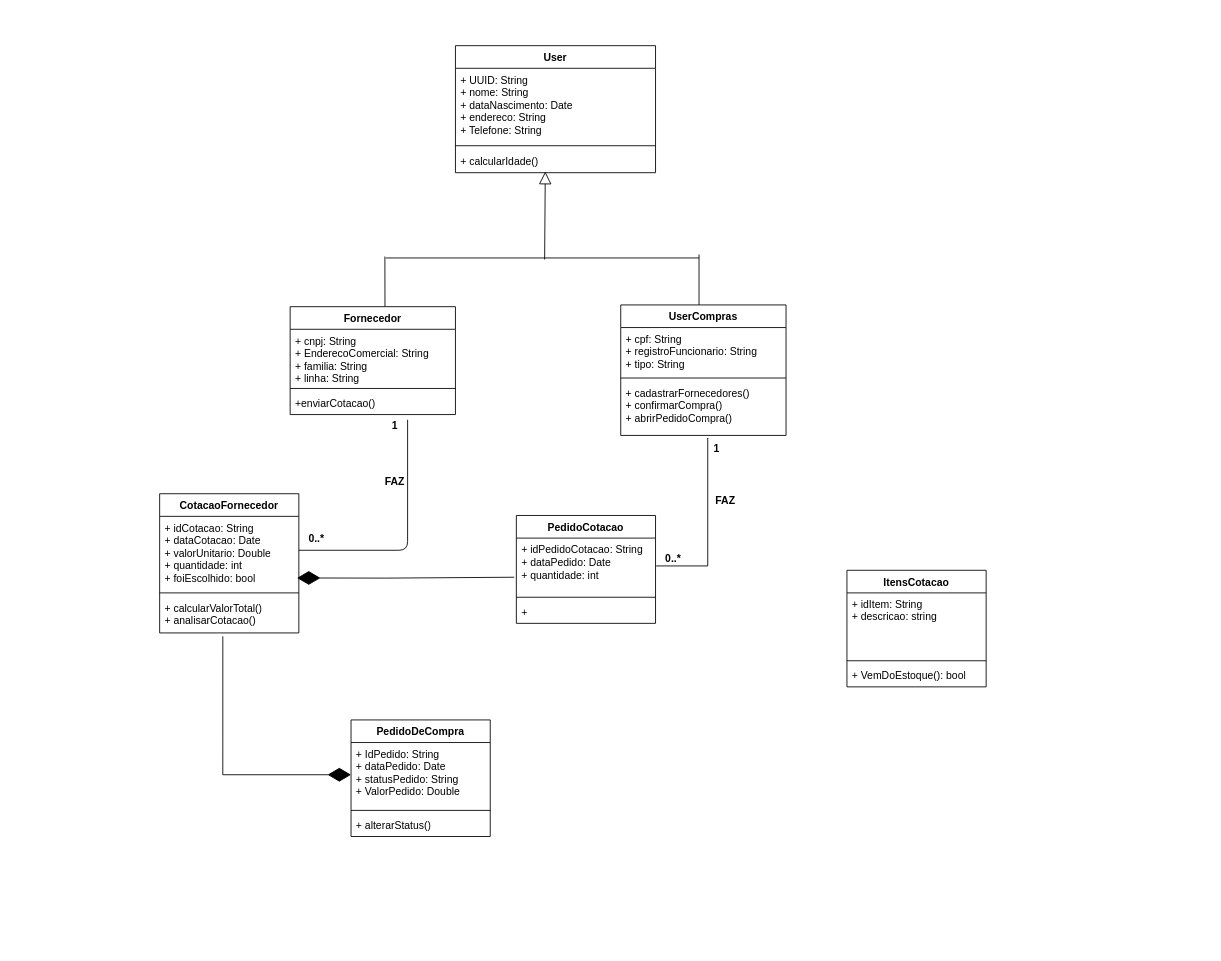
Before: Fatec/3 Semestre/DiagramaClasse.drawio in Dutrak/Diagrams, a draw.io diagram. Source tidied: cells renumbered, new cells numbered last; positions are measured from the earlier drawing's top-left corner, leaving out a move shared by most shapes. Both pictures are drawn from the tidied source at 87%, with x=0, y=0 at pixel (159, 45).
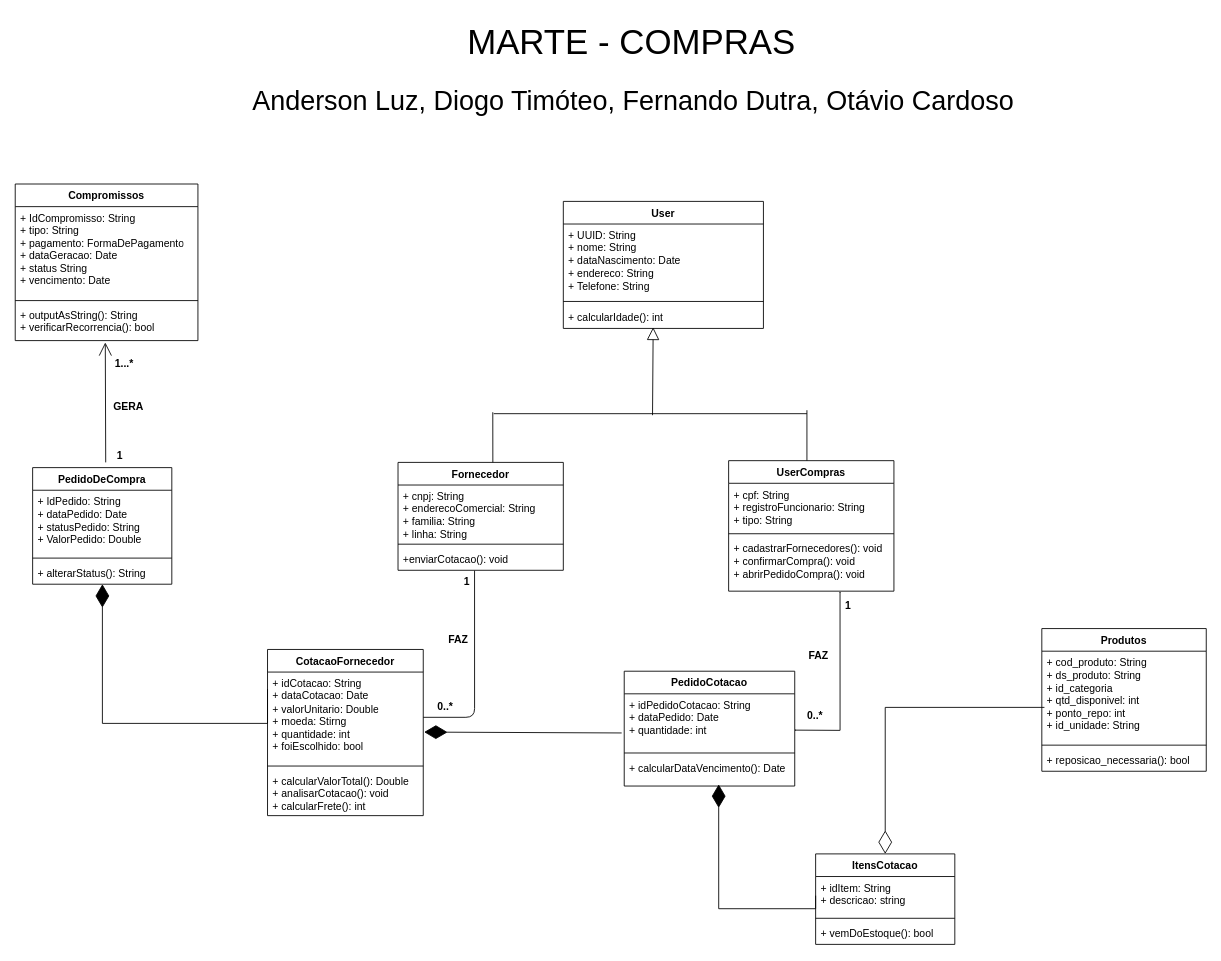
Above is the later version.

The change refers to these unchanged cells:
```xml
<mxCell id="19" value="+ IdPedido: String&lt;br&gt;+ dataPedido: Date&lt;br&gt;+ statusPedido: String&lt;br&gt;+ ValorPedido: Double" style="text;strokeColor=none;fillColor=none;align=left;verticalAlign=top;spacingLeft=4;spacingRight=4;overflow=hidden;points=[[0,0.5],[1,0.5]];portConstraint=eastwest;whiteSpace=wrap;html=1;" parent="18" vertex="1">
  <mxGeometry y="26" width="160" height="74" as="geometry" />
</mxCell>
```

The edit, as a diff of the source:
```diff
@@
     <mxCell id="2" value="User" style="swimlane;fontStyle=1;align=center;verticalAlign=top;horizontal=1;startSize=26;whiteSpace=wrap;html=1;swimlaneLine=1;fillColor=default;swimlaneFillColor=default;" parent="1" vertex="1">
-      <mxGeometry x="340" width="230" height="146" as="geometry" />
+      <mxGeometry x="464" y="179" width="230" height="146" as="geometry" />
     </mxCell>
@@
-    <mxCell id="5" value="+ calcularIdade()" style="text;strokeColor=none;fillColor=none;align=left;verticalAlign=top;spacingLeft=4;spacingRight=4;overflow=hidden;points=[[0,0.5],[1,0.5]];portConstraint=eastwest;whiteSpace=wrap;html=1;" parent="2" vertex="1">
+    <mxCell id="5" value="+ calcularIdade(): int" style="text;strokeColor=none;fillColor=none;align=left;verticalAlign=top;spacingLeft=4;spacingRight=4;overflow=hidden;points=[[0,0.5],[1,0.5]];portConstraint=eastwest;whiteSpace=wrap;html=1;" parent="2" vertex="1">
       <mxGeometry y="120" width="230" height="26" as="geometry" />
     </mxCell>
     <mxCell id="6" value="UserCompras" style="swimlane;fontStyle=1;align=center;verticalAlign=top;horizontal=1;startSize=26;whiteSpace=wrap;html=1;fillColor=default;swimlaneFillColor=default;" parent="1" vertex="1">
-      <mxGeometry x="530" y="298" width="190" height="150" as="geometry" />
+      <mxGeometry x="654" y="477" width="190" height="150" as="geometry" />
     </mxCell>
@@
-    <mxCell id="9" value="+ cadastrarFornecedores()&lt;br&gt;+ confirmarCompra()&lt;br&gt;+ abrirPedidoCompra()" style="text;strokeColor=none;fillColor=none;align=left;verticalAlign=top;spacingLeft=4;spacingRight=4;overflow=hidden;points=[[0,0.5],[1,0.5]];portConstraint=eastwest;whiteSpace=wrap;html=1;" parent="6" vertex="1">
+    <mxCell id="9" value="+ cadastrarFornecedores(): void&lt;br&gt;+ confirmarCompra(): void&lt;br&gt;+ abrirPedidoCompra(): void" style="text;strokeColor=none;fillColor=none;align=left;verticalAlign=top;spacingLeft=4;spacingRight=4;overflow=hidden;points=[[0,0.5],[1,0.5]];portConstraint=eastwest;whiteSpace=wrap;html=1;" parent="6" vertex="1">
       <mxGeometry y="88" width="190" height="62" as="geometry" />
     </mxCell>
     <mxCell id="10" value="Fornecedor" style="swimlane;fontStyle=1;align=center;verticalAlign=top;horizontal=1;startSize=26;whiteSpace=wrap;html=1;swimlaneFillColor=default;gradientColor=none;" parent="1" vertex="1">
-      <mxGeometry x="150" y="300" width="190" height="124" as="geometry" />
+      <mxGeometry x="274" y="479" width="190" height="124" as="geometry" />
     </mxCell>
-    <mxCell id="11" value="+ cnpj: String&lt;br&gt;+ EnderecoComercial: String&lt;br&gt;+ familia: String&lt;br&gt;+ linha: String" style="text;strokeColor=none;fillColor=none;align=left;verticalAlign=top;spacingLeft=4;spacingRight=4;overflow=hidden;whiteSpace=wrap;html=1;" parent="10" vertex="1">
+    <mxCell id="11" value="+ cnpj: String&lt;br&gt;+ enderecoComercial: String&lt;br&gt;+ familia: String&lt;br&gt;+ linha: String" style="text;strokeColor=none;fillColor=none;align=left;verticalAlign=top;spacingLeft=4;spacingRight=4;overflow=hidden;whiteSpace=wrap;html=1;" parent="10" vertex="1">
       <mxGeometry y="26" width="190" height="64" as="geometry" />
     </mxCell>
@@
-    <mxCell id="13" value="+enviarCotacao()" style="text;strokeColor=none;fillColor=none;align=left;verticalAlign=top;spacingLeft=4;spacingRight=4;overflow=hidden;points=[[0,0.5],[1,0.5]];portConstraint=eastwest;whiteSpace=wrap;html=1;" parent="10" vertex="1">
+    <mxCell id="13" value="+enviarCotacao(): void" style="text;strokeColor=none;fillColor=none;align=left;verticalAlign=top;spacingLeft=4;spacingRight=4;overflow=hidden;points=[[0,0.5],[1,0.5]];portConstraint=eastwest;whiteSpace=wrap;html=1;" parent="10" vertex="1">
       <mxGeometry y="98" width="190" height="26" as="geometry" />
     </mxCell>
     <mxCell id="14" style="line;strokeWidth=1;fillColor=none;align=left;verticalAlign=middle;spacingTop=-1;spacingLeft=3;spacingRight=3;labelPosition=right;points=[];portConstraint=eastwest;strokeColor=inherit;" parent="1" vertex="1">
-      <mxGeometry x="260" y="240" width="360" height="8" as="geometry" />
+      <mxGeometry x="384" y="419" width="360" height="8" as="geometry" />
     </mxCell>
     <mxCell id="15" style="endArrow=none;html=1;rounded=0;entryX=-0.003;entryY=0.292;entryDx=0;entryDy=0;entryPerimeter=0;" parent="1" edge="1" target="14">
       <mxGeometry relative="1" as="geometry">
-        <mxPoint x="259" y="300" as="sourcePoint" />
+        <mxPoint x="383" y="479" as="sourcePoint" />
       </mxGeometry>
     </mxCell>
     <mxCell id="16" style="endArrow=none;html=1;rounded=0;" parent="1" edge="1">
       <mxGeometry relative="1" as="geometry">
-        <mxPoint x="620" y="298" as="sourcePoint" />
-        <mxPoint x="620" y="240" as="targetPoint" />
+        <mxPoint x="744" y="477" as="sourcePoint" />
+        <mxPoint x="744" y="419" as="targetPoint" />
       </mxGeometry>
     </mxCell>
@@
     <mxCell id="18" value="PedidoDeCompra" style="swimlane;fontStyle=1;align=center;verticalAlign=top;horizontal=1;startSize=26;whiteSpace=wrap;html=1;" parent="1" vertex="1">
-      <mxGeometry x="220" y="775" width="160" height="134" as="geometry" />
+      <mxGeometry x="-146" y="485" width="160" height="134" as="geometry" />
     </mxCell>
@@
-    <mxCell id="21" value="+ alterarStatus()" style="text;strokeColor=none;fillColor=none;align=left;verticalAlign=top;spacingLeft=4;spacingRight=4;overflow=hidden;whiteSpace=wrap;html=1;" parent="18" vertex="1">
+    <mxCell id="21" value="+ alterarStatus(): String" style="text;strokeColor=none;fillColor=none;align=left;verticalAlign=top;spacingLeft=4;spacingRight=4;overflow=hidden;whiteSpace=wrap;html=1;" parent="18" vertex="1">
       <mxGeometry y="108" width="160" height="26" as="geometry" />
     </mxCell>
     <mxCell id="22" value="CotacaoFornecedor" style="swimlane;fontStyle=1;align=center;verticalAlign=top;horizontal=1;startSize=26;whiteSpace=wrap;html=1;" parent="1" vertex="1">
-      <mxGeometry y="515" width="160" height="160" as="geometry" />
+      <mxGeometry x="124" y="694" width="179" height="191" as="geometry" />
     </mxCell>
-    <mxCell id="23" value="+ idCotacao: String&lt;br&gt;+ dataCotacao: Date&lt;br&gt;+ valorUnitario: Double&lt;br&gt;+ quantidade: int&lt;br&gt;+ foiEscolhido: bool" style="text;strokeColor=none;fillColor=none;align=left;verticalAlign=top;spacingLeft=4;spacingRight=4;overflow=hidden;points=[[0,0.5],[1,0.5]];portConstraint=eastwest;whiteSpace=wrap;html=1;" parent="22" vertex="1">
-      <mxGeometry y="26" width="160" height="84" as="geometry" />
+    <mxCell id="23" value="+ idCotacao: String&lt;br&gt;+ dataCotacao: Date&lt;br&gt;+ valorUnitario: Double&lt;br&gt;+ moeda: Stirng&lt;br&gt;+ quantidade: int&lt;br&gt;+ foiEscolhido: bool" style="text;strokeColor=none;fillColor=none;align=left;verticalAlign=top;spacingLeft=4;spacingRight=4;overflow=hidden;points=[[0,0.5],[1,0.5]];portConstraint=eastwest;whiteSpace=wrap;html=1;" parent="22" vertex="1">
+      <mxGeometry y="26" width="179" height="104" as="geometry" />
     </mxCell>
     <mxCell id="24" style="line;strokeWidth=1;fillColor=none;align=left;verticalAlign=middle;spacingTop=-1;spacingLeft=3;spacingRight=3;labelPosition=right;strokeColor=inherit;" parent="22" vertex="1">
-      <mxGeometry y="110" width="160" height="8" as="geometry" />
+      <mxGeometry y="130" width="179" height="8" as="geometry" />
     </mxCell>
-    <mxCell id="25" value="+ calcularValorTotal()&lt;br&gt;+ analisarCotacao()" style="text;strokeColor=none;fillColor=none;align=left;verticalAlign=top;spacingLeft=4;spacingRight=4;overflow=hidden;points=[[0,0.5],[1,0.5]];portConstraint=eastwest;whiteSpace=wrap;html=1;" parent="22" vertex="1">
-      <mxGeometry y="118" width="160" height="42" as="geometry" />
+    <mxCell id="25" value="+ calcularValorTotal(): Double&lt;br&gt;+ analisarCotacao(): void&lt;br&gt;+ calcularFrete(): int" style="text;strokeColor=none;fillColor=none;align=left;verticalAlign=top;spacingLeft=4;spacingRight=4;overflow=hidden;points=[[0,0.5],[1,0.5]];portConstraint=eastwest;whiteSpace=wrap;html=1;" parent="22" vertex="1">
+      <mxGeometry y="138" width="179" height="53" as="geometry" />
     </mxCell>
     <mxCell id="26" value="PedidoCotacao" style="swimlane;fontStyle=1;align=center;verticalAlign=top;horizontal=1;startSize=26;whiteSpace=wrap;html=1;" parent="1" vertex="1">
-      <mxGeometry x="410" y="540" width="160" height="124" as="geometry" />
+      <mxGeometry x="534" y="719" width="196" height="132" as="geometry" />
     </mxCell>
     <mxCell id="27" value="+ idPedidoCotacao: String&lt;br&gt;+ dataPedido: Date&lt;br&gt;+ quantidade: int" style="text;strokeColor=none;fillColor=none;align=left;verticalAlign=top;spacingLeft=4;spacingRight=4;overflow=hidden;points=[[0,0.5],[1,0.5]];portConstraint=eastwest;whiteSpace=wrap;html=1;" parent="26" vertex="1">
-      <mxGeometry y="26" width="160" height="64" as="geometry" />
+      <mxGeometry y="26" width="196" height="64" as="geometry" />
     </mxCell>
     <mxCell id="28" style="line;strokeWidth=1;fillColor=none;align=left;verticalAlign=middle;spacingTop=-1;spacingLeft=3;spacingRight=3;labelPosition=right;strokeColor=inherit;" parent="26" vertex="1">
-      <mxGeometry y="90" width="160" height="8" as="geometry" />
+      <mxGeometry y="90" width="196" height="8" as="geometry" />
     </mxCell>
-    <mxCell id="29" value="+&amp;nbsp;" style="text;strokeColor=none;fillColor=none;align=left;verticalAlign=top;spacingLeft=4;spacingRight=4;overflow=hidden;points=[[0,0.5],[1,0.5]];portConstraint=eastwest;whiteSpace=wrap;html=1;" parent="26" vertex="1">
-      <mxGeometry y="98" width="160" height="26" as="geometry" />
+    <mxCell id="29" value="+ calcularDataVencimento(): Date" style="text;strokeColor=none;fillColor=none;align=left;verticalAlign=top;spacingLeft=4;spacingRight=4;overflow=hidden;points=[[0,0.5],[1,0.5]];portConstraint=eastwest;whiteSpace=wrap;html=1;" parent="26" vertex="1">
+      <mxGeometry y="98" width="196" height="34" as="geometry" />
     </mxCell>
     <mxCell id="30" value="ItensCotacao" style="swimlane;fontStyle=1;align=center;verticalAlign=top;horizontal=1;startSize=26;whiteSpace=wrap;html=1;" parent="1" vertex="1">
-      <mxGeometry x="790" y="603" width="160" height="134" as="geometry" />
+      <mxGeometry x="754" y="929" width="160" height="104" as="geometry" />
     </mxCell>
     <mxCell id="31" value="+ idItem: String&lt;br&gt;+ descricao: string" style="text;strokeColor=none;fillColor=none;align=left;verticalAlign=top;spacingLeft=4;spacingRight=4;overflow=hidden;points=[[0,0.5],[1,0.5]];portConstraint=eastwest;whiteSpace=wrap;html=1;" parent="30" vertex="1">
-      <mxGeometry y="26" width="160" height="74" as="geometry" />
+      <mxGeometry y="26" width="160" height="44" as="geometry" />
     </mxCell>
     <mxCell id="32" style="line;strokeWidth=1;fillColor=none;align=left;verticalAlign=middle;spacingTop=-1;spacingLeft=3;spacingRight=3;labelPosition=right;strokeColor=inherit;" parent="30" vertex="1">
-      <mxGeometry y="100" width="160" height="8" as="geometry" />
+      <mxGeometry y="70" width="160" height="8" as="geometry" />
     </mxCell>
-    <mxCell id="33" value="+ VemDoEstoque(): bool" style="text;strokeColor=none;fillColor=none;align=left;verticalAlign=top;spacingLeft=4;spacingRight=4;overflow=hidden;whiteSpace=wrap;html=1;" parent="30" vertex="1">
-      <mxGeometry y="108" width="160" height="26" as="geometry" />
+    <mxCell id="33" value="+ vemDoEstoque(): bool" style="text;strokeColor=none;fillColor=none;align=left;verticalAlign=top;spacingLeft=4;spacingRight=4;overflow=hidden;whiteSpace=wrap;html=1;" parent="30" vertex="1">
+      <mxGeometry y="78" width="160" height="26" as="geometry" />
     </mxCell>
-    <mxCell id="34" style="endArrow=none;endFill=0;endSize=12;html=1;rounded=1;edgeStyle=orthogonalEdgeStyle;" parent="1" edge="1" target="23">
+    <mxCell id="34" style="endArrow=none;endFill=0;endSize=12;html=1;rounded=1;edgeStyle=orthogonalEdgeStyle;exitX=0.463;exitY=1.016;exitDx=0;exitDy=0;exitPerimeter=0;" parent="1" edge="1" source="13" target="23">
       <mxGeometry relative="1" as="geometry">
-        <mxPoint x="285" y="430" as="sourcePoint" />
         <Array as="points">
-          <mxPoint x="285" y="580" />
+          <mxPoint x="362" y="772" />
         </Array>
       </mxGeometry>
     </mxCell>
-    <mxCell id="35" style="endArrow=diamondThin;endFill=1;endSize=24;html=1;rounded=0;exitX=-0.015;exitY=0.703;exitDx=0;exitDy=0;entryX=0.987;entryY=0.843;entryDx=0;entryDy=0;entryPerimeter=0;exitPerimeter=0;" parent="1" edge="1" source="27" target="23">
+    <mxCell id="35" style="endArrow=diamondThin;endFill=1;endSize=24;html=1;rounded=0;exitX=-0.015;exitY=0.703;exitDx=0;exitDy=0;exitPerimeter=0;" parent="1" edge="1" source="27">
       <mxGeometry relative="1" as="geometry">
-        <Array as="points">
-          <mxPoint x="260" y="612" />
-        </Array>
+        <mxPoint x="304" y="789" as="targetPoint" />
       </mxGeometry>
     </mxCell>
     <mxCell id="36" value="1" style="text;align=center;fontStyle=1;verticalAlign=middle;spacingLeft=3;spacingRight=3;strokeColor=none;html=1;" parent="1" vertex="1">
-      <mxGeometry x="230" y="424" width="80" height="26" as="geometry" />
+      <mxGeometry x="313" y="603" width="80" height="26" as="geometry" />
     </mxCell>
     <mxCell id="37" value="0..*" style="text;align=center;fontStyle=1;verticalAlign=middle;spacingLeft=3;spacingRight=3;strokeColor=none;html=1;" parent="1" vertex="1">
-      <mxGeometry x="140" y="554" width="80" height="26" as="geometry" />
+      <mxGeometry x="288" y="747" width="80" height="26" as="geometry" />
     </mxCell>
     <mxCell id="38" value="FAZ" style="text;align=center;fontStyle=1;verticalAlign=middle;spacingLeft=3;spacingRight=3;strokeColor=none;html=1;" parent="1" vertex="1">
-      <mxGeometry x="230" y="489" width="80" height="26" as="geometry" />
+      <mxGeometry x="303" y="670" width="80" height="26" as="geometry" />
     </mxCell>
-    <mxCell id="39" style="endArrow=open;endFill=0;endSize=0;html=1;rounded=0;edgeStyle=orthogonalEdgeStyle;startArrow=openThin;startFill=0;startSize=0;" parent="1" edge="1" target="27">
+    <mxCell id="39" style="endArrow=open;endFill=0;endSize=0;html=1;rounded=0;edgeStyle=orthogonalEdgeStyle;startArrow=openThin;startFill=0;startSize=0;" parent="1" edge="1" source="42" target="27">
       <mxGeometry relative="1" as="geometry">
-        <mxPoint x="630" y="450" as="sourcePoint" />
         <Array as="points">
-          <mxPoint x="630" y="598" />
+          <mxPoint x="754" y="777" />
         </Array>
       </mxGeometry>
     </mxCell>
     <mxCell id="40" value="1" style="text;align=center;fontStyle=1;verticalAlign=middle;spacingLeft=3;spacingRight=3;strokeColor=none;html=1;" parent="1" vertex="1">
-      <mxGeometry x="600" y="450" width="80" height="26" as="geometry" />
+      <mxGeometry x="751.4" y="631" width="80" height="26" as="geometry" />
     </mxCell>
     <mxCell id="41" value="FAZ" style="text;align=center;fontStyle=1;verticalAlign=middle;spacingLeft=3;spacingRight=3;strokeColor=none;html=1;" parent="1" vertex="1">
-      <mxGeometry x="610" y="510" width="80" height="26" as="geometry" />
+      <mxGeometry x="717" y="688" width="80" height="26" as="geometry" />
     </mxCell>
+    <mxCell id="43" style="endArrow=diamondThin;endFill=1;endSize=24;html=1;rounded=0;edgeStyle=orthogonalEdgeStyle;exitX=-0.001;exitY=0.285;exitDx=0;exitDy=0;exitPerimeter=0;" parent="1" edge="1">
+      <mxGeometry relative="1" as="geometry">
+        <mxPoint x="124" y="739.6" as="sourcePoint" />
+        <mxPoint x="-65.8" y="619" as="targetPoint" />
+        <Array as="points">
+          <mxPoint x="124" y="779" />
+          <mxPoint x="-66" y="779" />
+        </Array>
+      </mxGeometry>
+    </mxCell>
+    <mxCell id="44" style="endArrow=diamondThin;endFill=1;endSize=24;html=1;rounded=0;edgeStyle=orthogonalEdgeStyle;entryX=0.554;entryY=0.945;entryDx=0;entryDy=0;entryPerimeter=0;exitX=0;exitY=0.5;exitDx=0;exitDy=0;" parent="1" edge="1" source="31" target="29">
+      <mxGeometry relative="1" as="geometry">
+        <Array as="points">
+          <mxPoint x="754" y="992" />
+          <mxPoint x="643" y="992" />
+        </Array>
+      </mxGeometry>
+    </mxCell>
+    <mxCell id="45" value="Produtos" style="swimlane;fontStyle=1;align=center;verticalAlign=top;horizontal=1;startSize=26;whiteSpace=wrap;html=1;" parent="1" vertex="1">
+      <mxGeometry x="1014" y="670" width="189" height="164" as="geometry" />
+    </mxCell>
+    <mxCell id="46" value="+ cod_produto: String&lt;br&gt;+ ds_produto: String&lt;br&gt;+ id_categoria&lt;br&gt;+ qtd_disponivel: int&lt;br&gt;+ ponto_repo: int&lt;br&gt;+ id_unidade: String" style="text;strokeColor=none;fillColor=none;align=left;verticalAlign=top;spacingLeft=4;spacingRight=4;overflow=hidden;points=[[0,0.5],[1,0.5]];portConstraint=eastwest;whiteSpace=wrap;html=1;" parent="45" vertex="1">
+      <mxGeometry y="26" width="189" height="104" as="geometry" />
+    </mxCell>
+    <mxCell id="47" style="line;strokeWidth=1;fillColor=none;align=left;verticalAlign=middle;spacingTop=-1;spacingLeft=3;spacingRight=3;labelPosition=right;strokeColor=inherit;" parent="45" vertex="1">
+      <mxGeometry y="130" width="189" height="8" as="geometry" />
+    </mxCell>
+    <mxCell id="48" value="+ reposicao_necessaria(): bool" style="text;strokeColor=none;fillColor=none;align=left;verticalAlign=top;spacingLeft=4;spacingRight=4;overflow=hidden;whiteSpace=wrap;html=1;" parent="45" vertex="1">
+      <mxGeometry y="138" width="189" height="26" as="geometry" />
+    </mxCell>
+    <mxCell id="49" style="endArrow=diamondThin;endFill=0;endSize=24;html=1;rounded=0;entryX=0.5;entryY=0;entryDx=0;entryDy=0;exitX=0.016;exitY=0.621;exitDx=0;exitDy=0;exitPerimeter=0;edgeStyle=orthogonalEdgeStyle;" parent="1" edge="1" source="46" target="30">
+      <mxGeometry relative="1" as="geometry" />
+    </mxCell>
+    <mxCell id="50" value="Compromissos" style="swimlane;fontStyle=1;align=center;verticalAlign=top;horizontal=1;startSize=26;whiteSpace=wrap;html=1;fillColor=default;swimlaneFillColor=none;" parent="1" vertex="1">
+      <mxGeometry x="-166" y="159" width="210" height="180" as="geometry" />
+    </mxCell>
+    <mxCell id="51" value="+ IdCompromisso: String&lt;br&gt;+ tipo: String&lt;br&gt;+ pagamento: FormaDePagamento&lt;br&gt;+ dataGeracao: Date&lt;br&gt;+ status String&lt;br&gt;+ vencimento: Date" style="text;strokeColor=none;fillColor=none;align=left;verticalAlign=top;spacingLeft=4;spacingRight=4;overflow=hidden;whiteSpace=wrap;html=1;" parent="50" vertex="1">
+      <mxGeometry y="26" width="210" height="104" as="geometry" />
+    </mxCell>
+    <mxCell id="52" style="line;strokeWidth=1;fillColor=none;align=left;verticalAlign=middle;spacingTop=-1;spacingLeft=3;spacingRight=3;labelPosition=right;strokeColor=inherit;" parent="50" vertex="1">
+      <mxGeometry y="130" width="210" height="8" as="geometry" />
+    </mxCell>
+    <mxCell id="53" value="+ outputAsString(): String&lt;br&gt;+ verificarRecorrencia(): bool" style="text;strokeColor=none;fillColor=none;align=left;verticalAlign=top;spacingLeft=4;spacingRight=4;overflow=hidden;points=[[0,0.5],[1,0.5]];portConstraint=eastwest;whiteSpace=wrap;html=1;" parent="50" vertex="1">
+      <mxGeometry y="138" width="210" height="42" as="geometry" />
+    </mxCell>
+    <mxCell id="54" style="endArrow=none;endFill=0;endSize=19;html=1;rounded=0;exitX=0.493;exitY=1.051;exitDx=0;exitDy=0;exitPerimeter=0;startArrow=open;startFill=0;startSize=13;" parent="1" edge="1" source="53">
+      <mxGeometry relative="1" as="geometry">
+        <mxPoint x="-62" y="479" as="targetPoint" />
+      </mxGeometry>
+    </mxCell>
+    <mxCell id="55" value="1...*" style="text;align=center;fontStyle=1;verticalAlign=middle;spacingLeft=3;spacingRight=3;strokeColor=none;html=1;" parent="1" vertex="1">
+      <mxGeometry x="-81" y="353" width="80" height="26" as="geometry" />
+    </mxCell>
+    <mxCell id="56" value="1" style="text;align=center;fontStyle=1;verticalAlign=middle;spacingLeft=3;spacingRight=3;strokeColor=none;html=1;" parent="1" vertex="1">
+      <mxGeometry x="-86" y="459" width="80" height="26" as="geometry" />
+    </mxCell>
+    <mxCell id="57" value="GERA" style="text;align=center;fontStyle=1;verticalAlign=middle;spacingLeft=3;spacingRight=3;strokeColor=none;html=1;" parent="1" vertex="1">
+      <mxGeometry x="-76" y="402" width="80" height="26" as="geometry" />
+    </mxCell>
+    <mxCell id="58" style="endArrow=open;endFill=0;endSize=0;html=1;rounded=0;edgeStyle=orthogonalEdgeStyle;startArrow=openThin;startFill=0;startSize=0;entryX=0.996;entryY=0.652;entryDx=0;entryDy=0;entryPerimeter=0;exitX=0.674;exitY=0.996;exitDx=0;exitDy=0;exitPerimeter=0;" parent="1" edge="1" source="9" target="27">
+      <mxGeometry relative="1" as="geometry">
+        <Array as="points">
+          <mxPoint x="782" y="787" />
+          <mxPoint x="781" y="787" />
+        </Array>
+      </mxGeometry>
+    </mxCell>
     <mxCell id="42" value="0..*" style="text;align=center;fontStyle=1;verticalAlign=middle;spacingLeft=3;spacingRight=3;strokeColor=none;points=[[0,0.5],[1,0.5]];portConstraint=eastwest;html=1;" parent="1" vertex="1">
-      <mxGeometry x="550" y="577" width="80" height="26" as="geometry" />
+      <mxGeometry x="713" y="757" width="80" height="26" as="geometry" />
     </mxCell>
-    <mxCell id="43" style="endArrow=diamondThin;endFill=1;endSize=24;html=1;rounded=0;edgeStyle=orthogonalEdgeStyle;exitX=0.454;exitY=1.094;exitDx=0;exitDy=0;exitPerimeter=0;" parent="1" edge="1" source="25" target="19">
-      <mxGeometry relative="1" as="geometry">
-        <Array as="points">
-          <mxPoint x="73" y="838" />
-        </Array>
-      </mxGeometry>
-    </mxCell>
+    <mxCell id="59" value="MARTE - COMPRAS" style="text;html=1;align=center;verticalAlign=middle;strokeColor=none;fillColor=none;strokeWidth=1;fontSize=40;" parent="1" vertex="1">
+      <mxGeometry x="344" y="-35" width="395" height="60" as="geometry" />
+    </mxCell>
+    <mxCell id="60" value="Anderson Luz, Diogo Timóteo, Fernando Dutra, Otávio Cardoso" style="text;html=1;align=center;verticalAlign=middle;strokeColor=none;fillColor=none;strokeWidth=1;fontSize=31;" parent="1" vertex="1">
+      <mxGeometry x="97" y="39" width="893" height="49" as="geometry" />
+    </mxCell>
```
